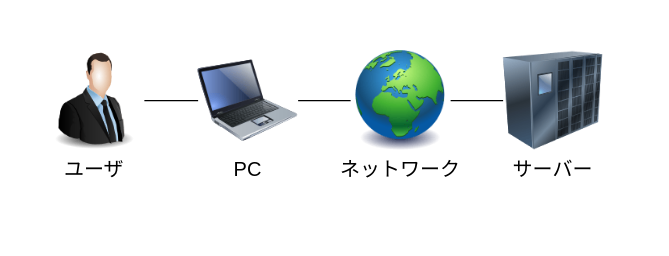
Above: 睡眠アプリ_システム全体図.drawio in purocone/- (draw.io), before the change. Source tidied: cells renumbered, new cells numbered last; positions are measured from the earlier drawing's top-left corner, leaving out a move shared by most shapes. Both pictures are drawn from the tidied source at 125%, with x=0, y=0 at pixel (44, 50).
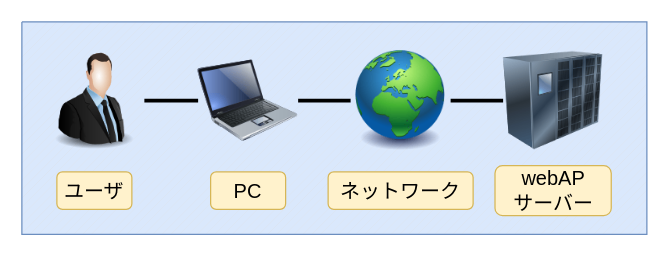
The same diagram, later.

Commit message (it also covers changes not shown here):
睡眠アプリ_システム全体図.drawio を更新します

Diff of the diagram source:
```diff
@@
 <mxGraphModel>
   <root>
     <mxCell id="0" />
     <mxCell id="1" parent="0" />
+    <mxCell id="13" style="verticalLabelPosition=bottom;verticalAlign=top;html=1;shape=mxgraph.basic.patternFillRect;fillStyle=diag;step=5;fillStrokeWidth=0.2;fillStrokeColor=#dddddd;fillColor=#dae8fc;strokeColor=#6c8ebf;" parent="1" vertex="1">
+      <mxGeometry x="-18" y="-23" width="500" height="170" as="geometry" />
+    </mxCell>
     <mxCell id="2" style="image;html=1;image=img/lib/clip_art/computers/Laptop_128x128.png;" parent="1" vertex="1">
       <mxGeometry x="123" width="80" height="80" as="geometry" />
     </mxCell>
     <mxCell id="3" style="image;html=1;image=img/lib/clip_art/general/Earth_globe_128x128.png;" parent="1" vertex="1">
       <mxGeometry x="245" width="80" height="80" as="geometry" />
     </mxCell>
     <mxCell id="4" style="image;html=1;image=img/lib/clip_art/people/Suit_Man_128x128.png;" parent="1" vertex="1">
       <mxGeometry width="80" height="80" as="geometry" />
     </mxCell>
     <mxCell id="5" style="image;html=1;image=img/lib/clip_art/networking/UPS_128x128.png;" parent="1" vertex="1">
       <mxGeometry x="367" width="80" height="80" as="geometry" />
     </mxCell>
-    <mxCell id="6" style="endArrow=none;html=1;rounded=0;fontSize=12;startSize=8;endSize=8;curved=1;entryX=1;entryY=0.5;entryDx=0;entryDy=0;exitX=0;exitY=0.5;exitDx=0;exitDy=0;" parent="1" edge="1" source="2" target="4">
+    <mxCell id="6" style="endArrow=none;html=1;rounded=0;fontSize=12;startSize=8;endSize=8;curved=1;entryX=1;entryY=0.5;entryDx=0;entryDy=0;exitX=0;exitY=0.5;exitDx=0;exitDy=0;strokeWidth=3;" parent="1" edge="1" source="2" target="4">
       <mxGeometry relative="1" as="geometry" />
     </mxCell>
-    <mxCell id="7" style="endArrow=none;html=1;rounded=0;fontSize=12;startSize=8;endSize=8;curved=1;exitX=1;exitY=0.5;exitDx=0;exitDy=0;" parent="1" edge="1" source="2" target="3">
+    <mxCell id="7" style="endArrow=none;html=1;rounded=0;fontSize=12;startSize=8;endSize=8;curved=1;exitX=1;exitY=0.5;exitDx=0;exitDy=0;strokeWidth=3;" parent="1" edge="1" source="2" target="3">
       <mxGeometry relative="1" as="geometry" />
     </mxCell>
-    <mxCell id="8" style="endArrow=none;html=1;rounded=0;fontSize=12;startSize=8;endSize=8;curved=1;exitX=1;exitY=0.5;exitDx=0;exitDy=0;" parent="1" edge="1" source="3" target="5">
+    <mxCell id="8" style="endArrow=none;html=1;rounded=0;fontSize=12;startSize=8;endSize=8;curved=1;exitX=1;exitY=0.5;exitDx=0;exitDy=0;strokeWidth=3;" parent="1" edge="1" source="3" target="5">
       <mxGeometry relative="1" as="geometry" />
     </mxCell>
-    <mxCell id="9" value="ユーザ" style="text;strokeColor=none;fillColor=none;html=1;align=center;verticalAlign=middle;whiteSpace=wrap;rounded=0;fontSize=16;" parent="1" vertex="1">
-      <mxGeometry x="10" y="80" width="60" height="30" as="geometry" />
+    <mxCell id="9" value="ユーザ" style="text;html=1;align=center;verticalAlign=middle;whiteSpace=wrap;rounded=1;fontSize=16;strokeColor=#d6b656;fillColor=#fff2cc;" parent="1" vertex="1">
+      <mxGeometry x="10" y="97" width="60" height="30" as="geometry" />
     </mxCell>
-    <mxCell id="10" value="PC" style="text;strokeColor=none;fillColor=none;html=1;align=center;verticalAlign=middle;whiteSpace=wrap;rounded=0;fontSize=16;" parent="1" vertex="1">
-      <mxGeometry x="133" y="80" width="60" height="30" as="geometry" />
+    <mxCell id="10" value="PC" style="text;strokeColor=#d6b656;fillColor=#fff2cc;html=1;align=center;verticalAlign=middle;whiteSpace=wrap;rounded=1;fontSize=16;glass=0;" parent="1" vertex="1">
+      <mxGeometry x="133" y="97" width="60" height="30" as="geometry" />
     </mxCell>
-    <mxCell id="11" value="ネットワーク" style="text;strokeColor=none;fillColor=none;html=1;align=center;verticalAlign=middle;whiteSpace=wrap;rounded=0;fontSize=16;" parent="1" vertex="1">
-      <mxGeometry x="227" y="80" width="116" height="30" as="geometry" />
+    <mxCell id="11" value="ネットワーク" style="text;strokeColor=#d6b656;fillColor=#fff2cc;html=1;align=center;verticalAlign=middle;whiteSpace=wrap;rounded=1;fontSize=16;" parent="1" vertex="1">
+      <mxGeometry x="227" y="97" width="116" height="30" as="geometry" />
     </mxCell>
-    <mxCell id="12" value="サーバー" style="text;strokeColor=none;fillColor=none;html=1;align=center;verticalAlign=middle;whiteSpace=wrap;rounded=0;fontSize=16;" parent="1" vertex="1">
-      <mxGeometry x="349" y="80" width="116" height="30" as="geometry" />
+    <mxCell id="12" value="webAP&lt;div&gt;サーバー&lt;/div&gt;" style="text;strokeColor=#d6b656;fillColor=#fff2cc;html=1;align=center;verticalAlign=middle;whiteSpace=wrap;rounded=1;fontSize=16;" parent="1" vertex="1">
+      <mxGeometry x="360.5" y="92" width="93" height="40" as="geometry" />
     </mxCell>
   </root>
 </mxGraphModel>
```
